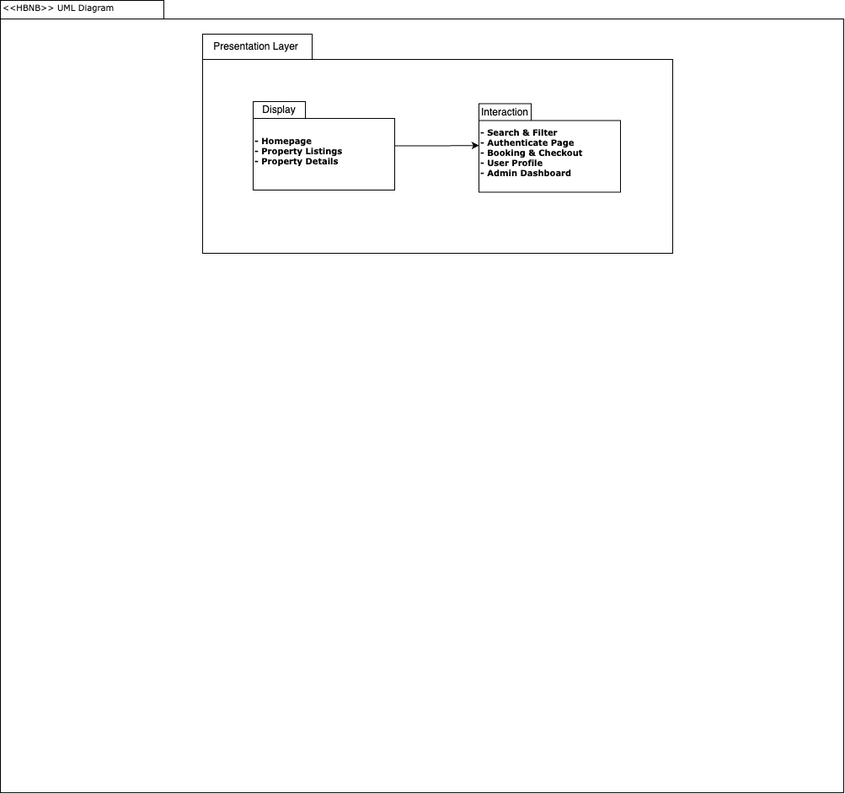
Above: Untitled Diagram.drawio.png in ostafford/cwd_playground (draw.io), before the change. Source tidied: cells renumbered, new cells last; positions are measured from the earlier drawing's top-left corner, leaving out a move shared by most shapes.
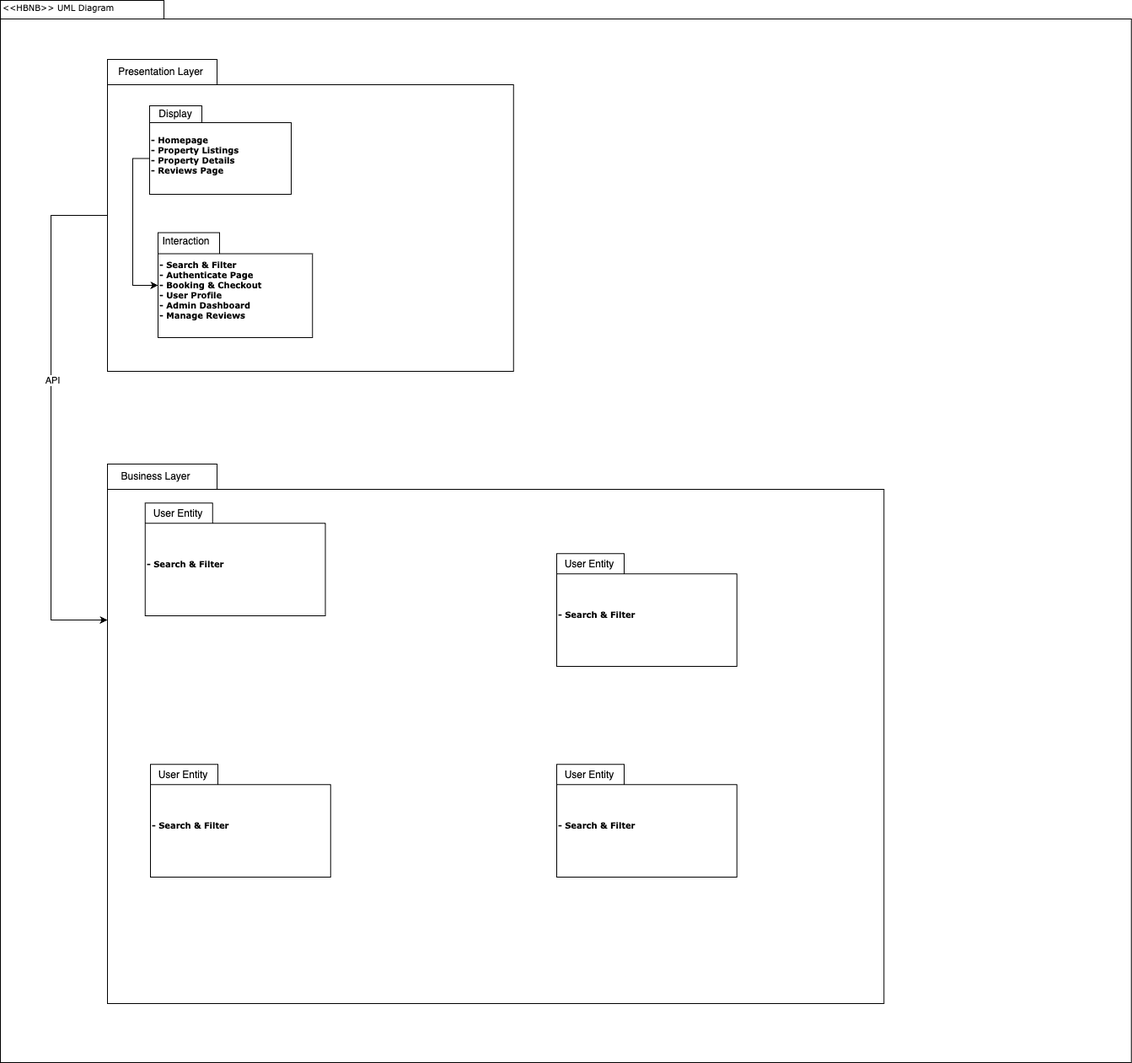
The same diagram one commit later.

The edit, as a diff of the source:
```diff
@@ -3,34 +3,84 @@
     <mxCell id="0" />
     <mxCell id="1" parent="0" />
     <mxCell id="2" style="shape=folder;fontStyle=1;spacingTop=10;tabWidth=194;tabHeight=22;tabPosition=left;html=1;rounded=0;shadow=0;comic=0;labelBackgroundColor=none;strokeWidth=1;fillColor=none;fontFamily=Verdana;fontSize=10;align=center;" parent="1" vertex="1">
-      <mxGeometry width="1001" height="940" as="geometry" />
+      <mxGeometry width="1341.8" height="1260" as="geometry" />
     </mxCell>
     <mxCell id="3" style="shape=folder;fontStyle=1;spacingTop=10;tabWidth=130;tabHeight=30;tabPosition=left;html=1;rounded=0;shadow=0;comic=0;labelBackgroundColor=none;strokeColor=#000000;strokeWidth=1;fillColor=#ffffff;fontFamily=Verdana;fontSize=10;fontColor=#000000;align=center;" parent="1" vertex="1">
-      <mxGeometry x="240" y="40" width="557.9" height="260" as="geometry" />
+      <mxGeometry x="127" y="70" width="481.9" height="370" as="geometry" />
     </mxCell>
     <mxCell id="4" value="&amp;lt;&amp;lt;HBNB&amp;gt;&amp;gt; UML Diagram" style="text;html=1;align=left;verticalAlign=top;spacingTop=-4;fontSize=10;fontFamily=Verdana;" parent="1" vertex="1">
       <mxGeometry x="1" width="130" height="20" as="geometry" />
     </mxCell>
     <mxCell id="5" value="Presentation Layer" style="text;html=1;align=center;verticalAlign=middle;whiteSpace=wrap;rounded=0;" parent="1" vertex="1">
-      <mxGeometry x="250" y="40" width="107" height="30" as="geometry" />
+      <mxGeometry x="137" y="70" width="107" height="30" as="geometry" />
     </mxCell>
-    <mxCell id="6" value="- Homepage&lt;div&gt;- Property Listings&lt;/div&gt;&lt;div&gt;- Property Details&lt;/div&gt;" style="shape=folder;fontStyle=1;spacingTop=10;tabWidth=62;tabHeight=20;tabPosition=left;html=1;rounded=0;shadow=0;comic=0;labelBackgroundColor=none;strokeColor=#000000;strokeWidth=1;fillColor=#ffffff;fontFamily=Verdana;fontSize=10;fontColor=#000000;align=left;" parent="1" vertex="1">
-      <mxGeometry x="300" y="120" width="168" height="105" as="geometry" />
+    <mxCell id="6" value="- Homepage&lt;div&gt;- Property Listings&lt;/div&gt;&lt;div&gt;- Property Details&lt;/div&gt;&lt;div&gt;- Reviews Page&lt;/div&gt;" style="shape=folder;fontStyle=1;spacingTop=10;tabWidth=62;tabHeight=20;tabPosition=left;html=1;rounded=0;shadow=0;comic=0;labelBackgroundColor=none;strokeColor=#000000;strokeWidth=1;fillColor=#ffffff;fontFamily=Verdana;fontSize=10;fontColor=#000000;align=left;" parent="1" vertex="1">
+      <mxGeometry x="177" y="125" width="168" height="105" as="geometry" />
     </mxCell>
     <mxCell id="7" value="Display" style="text;html=1;align=center;verticalAlign=middle;whiteSpace=wrap;rounded=0;" parent="1" vertex="1">
-      <mxGeometry x="301" y="115" width="60" height="30" as="geometry" />
+      <mxGeometry x="178" y="120" width="60" height="30" as="geometry" />
     </mxCell>
-    <mxCell id="8" style="group;" parent="1" vertex="1">
-      <mxGeometry x="568" y="117.5" width="168" height="110" as="geometry" />
-    </mxCell>
+    <mxCell id="11" style="edgeStyle=orthogonalEdgeStyle;rounded=0;jettySize=auto;html=1;entryX=0;entryY=0;entryDx=0;entryDy=62.5;entryPerimeter=0;exitX=0;exitY=0;exitDx=0;exitDy=62.5;exitPerimeter=0;" parent="1" edge="1" source="6" target="9">
+      <mxGeometry relative="1" as="geometry" />
+    </mxCell>
+    <mxCell id="12" style="shape=folder;fontStyle=1;spacingTop=10;tabWidth=130;tabHeight=30;tabPosition=left;html=1;rounded=0;shadow=0;comic=0;labelBackgroundColor=none;strokeColor=#000000;strokeWidth=1;fillColor=#ffffff;fontFamily=Verdana;fontSize=10;fontColor=#000000;align=center;" parent="1" vertex="1">
+      <mxGeometry x="127" y="550" width="921.4" height="640" as="geometry" />
+    </mxCell>
+    <mxCell id="13" style="edgeStyle=orthogonalEdgeStyle;rounded=0;jettySize=auto;html=1;exitX=0;exitY=0;exitDx=0;exitDy=185;exitPerimeter=0;entryX=0;entryY=0;entryDx=0;entryDy=185;entryPerimeter=0;" parent="1" edge="1" source="3" target="12">
+      <mxGeometry relative="1" as="geometry">
+        <Array as="points">
+          <mxPoint x="60" y="255" />
+          <mxPoint x="60" y="735" />
+        </Array>
+      </mxGeometry>
+    </mxCell>
+    <mxCell id="14" value="API" style="edgeLabel;html=1;align=center;verticalAlign=middle;" parent="13" vertex="1">
+      <mxGeometry x="-0.14" y="2" relative="1" as="geometry" />
+    </mxCell>
+    <mxCell id="15" value="Business Layer" style="text;html=1;align=center;verticalAlign=middle;whiteSpace=wrap;rounded=0;" parent="1" vertex="1">
+      <mxGeometry x="131" y="550" width="107" height="30" as="geometry" />
+    </mxCell>
+    <mxCell id="16" style="group;" parent="1" vertex="1">
+      <mxGeometry x="171.7" y="590" width="213.8" height="140" as="geometry" />
+    </mxCell>
+    <mxCell id="17" value="- Search &amp;amp; Filter" style="shape=folder;fontStyle=1;spacingTop=10;tabWidth=80;tabHeight=24;tabPosition=left;html=1;rounded=0;shadow=0;comic=0;labelBackgroundColor=none;strokeColor=#000000;strokeWidth=1;fillColor=#ffffff;fontFamily=Verdana;fontSize=10;fontColor=#000000;align=left;" parent="16" vertex="1">
+      <mxGeometry y="6.4" width="213.8" height="133.6" as="geometry" />
+    </mxCell>
+    <mxCell id="18" value="User Entity" style="text;html=1;align=center;verticalAlign=middle;whiteSpace=wrap;rounded=0;" parent="16" vertex="1">
+      <mxGeometry x="1.3" width="76.4" height="38.2" as="geometry" />
+    </mxCell>
-    <mxCell id="9" value="- Search &amp;amp; Filter&lt;div&gt;- Authenticate Page&lt;/div&gt;&lt;div&gt;- Booking &amp;amp; Checkout&lt;/div&gt;&lt;div&gt;- User Profile&lt;/div&gt;&lt;div&gt;- Admin Dashboard&lt;/div&gt;" style="shape=folder;fontStyle=1;spacingTop=10;tabWidth=62;tabHeight=20;tabPosition=left;html=1;rounded=0;shadow=0;comic=0;labelBackgroundColor=none;strokeColor=#000000;strokeWidth=1;fillColor=#ffffff;fontFamily=Verdana;fontSize=10;fontColor=#000000;align=left;" parent="8" vertex="1">
-      <mxGeometry y="5" width="168" height="105" as="geometry" />
+    <mxCell id="9" value="- Search &amp;amp; Filter&lt;div&gt;- Authenticate Page&lt;/div&gt;&lt;div&gt;- Booking &amp;amp; Checkout&lt;/div&gt;&lt;div&gt;- User Profile&lt;/div&gt;&lt;div&gt;- Admin Dashboard&lt;/div&gt;&lt;div&gt;- Manage Reviews&lt;/div&gt;" style="shape=folder;fontStyle=1;spacingTop=10;tabWidth=73;tabHeight=25;tabPosition=left;html=1;rounded=0;shadow=0;comic=0;labelBackgroundColor=none;strokeColor=#000000;strokeWidth=1;fillColor=#ffffff;fontFamily=Verdana;fontSize=10;fontColor=#000000;align=left;" parent="1" vertex="1">
+      <mxGeometry x="187" y="275.5" width="183.3" height="124.5" as="geometry" />
     </mxCell>
-    <mxCell id="10" value="Interaction" style="text;html=1;align=center;verticalAlign=middle;whiteSpace=wrap;rounded=0;" parent="8" vertex="1">
-      <mxGeometry x="1" width="60" height="30" as="geometry" />
+    <mxCell id="10" value="Interaction" style="text;html=1;align=center;verticalAlign=middle;whiteSpace=wrap;rounded=0;" parent="1" vertex="1">
+      <mxGeometry x="188.1" y="270" width="65.5" height="32.7" as="geometry" />
     </mxCell>
-    <mxCell id="11" style="edgeStyle=orthogonalEdgeStyle;rounded=0;jettySize=auto;html=1;entryX=0.002;entryY=0.473;entryDx=0;entryDy=0;entryPerimeter=0;" parent="1" edge="1" source="6" target="9">
-      <mxGeometry relative="1" as="geometry" />
-    </mxCell>
+    <mxCell id="19" style="group;" parent="1" vertex="1">
+      <mxGeometry x="178" y="900" width="213.8" height="140" as="geometry" />
+    </mxCell>
+    <mxCell id="20" value="- Search &amp;amp; Filter" style="shape=folder;fontStyle=1;spacingTop=10;tabWidth=80;tabHeight=24;tabPosition=left;html=1;rounded=0;shadow=0;comic=0;labelBackgroundColor=none;strokeColor=#000000;strokeWidth=1;fillColor=#ffffff;fontFamily=Verdana;fontSize=10;fontColor=#000000;align=left;" parent="19" vertex="1">
+      <mxGeometry y="6.4" width="213.8" height="133.6" as="geometry" />
+    </mxCell>
+    <mxCell id="21" value="User Entity" style="text;html=1;align=center;verticalAlign=middle;whiteSpace=wrap;rounded=0;" parent="19" vertex="1">
+      <mxGeometry x="1.3" width="76.4" height="38.2" as="geometry" />
+    </mxCell>
+    <mxCell id="22" style="group;" parent="1" vertex="1">
+      <mxGeometry x="660" y="900" width="213.8" height="140" as="geometry" />
+    </mxCell>
+    <mxCell id="23" value="- Search &amp;amp; Filter" style="shape=folder;fontStyle=1;spacingTop=10;tabWidth=80;tabHeight=24;tabPosition=left;html=1;rounded=0;shadow=0;comic=0;labelBackgroundColor=none;strokeColor=#000000;strokeWidth=1;fillColor=#ffffff;fontFamily=Verdana;fontSize=10;fontColor=#000000;align=left;" parent="22" vertex="1">
+      <mxGeometry y="6.4" width="213.8" height="133.6" as="geometry" />
+    </mxCell>
+    <mxCell id="24" value="User Entity" style="text;html=1;align=center;verticalAlign=middle;whiteSpace=wrap;rounded=0;" parent="22" vertex="1">
+      <mxGeometry x="1.3" width="76.4" height="38.2" as="geometry" />
+    </mxCell>
+    <mxCell id="25" style="group;" parent="1" vertex="1">
+      <mxGeometry x="660" y="650" width="213.8" height="140" as="geometry" />
+    </mxCell>
+    <mxCell id="26" value="- Search &amp;amp; Filter" style="shape=folder;fontStyle=1;spacingTop=10;tabWidth=80;tabHeight=24;tabPosition=left;html=1;rounded=0;shadow=0;comic=0;labelBackgroundColor=none;strokeColor=#000000;strokeWidth=1;fillColor=#ffffff;fontFamily=Verdana;fontSize=10;fontColor=#000000;align=left;" parent="25" vertex="1">
+      <mxGeometry y="6.4" width="213.8" height="133.6" as="geometry" />
+    </mxCell>
+    <mxCell id="27" value="User Entity" style="text;html=1;align=center;verticalAlign=middle;whiteSpace=wrap;rounded=0;" parent="25" vertex="1">
+      <mxGeometry x="1.3" width="76.4" height="38.2" as="geometry" />
+    </mxCell>
   </root>
 </mxGraphModel>
```
